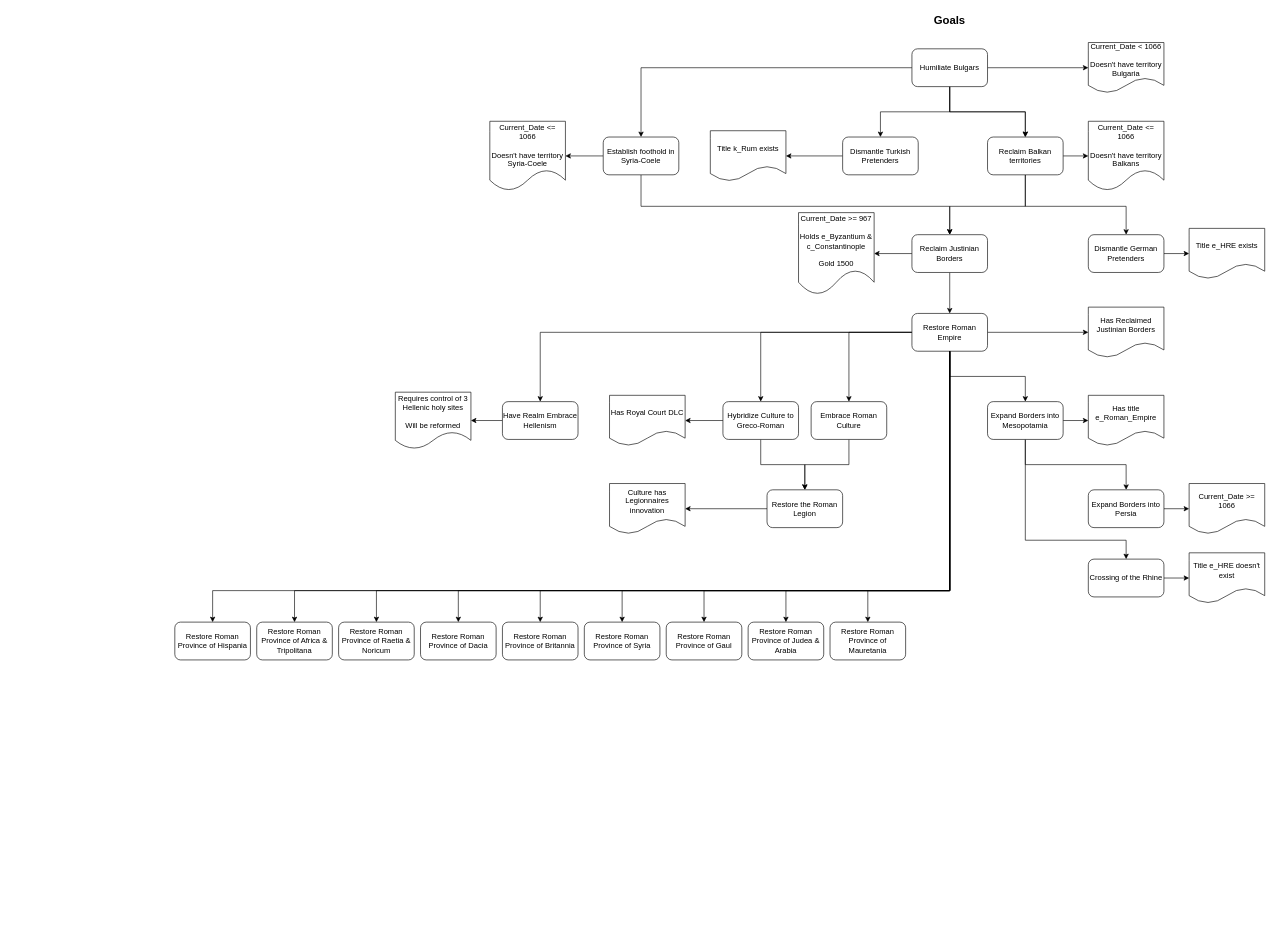
Before: page "Goals" (1 of 2) of Decisions.drawio in MarsRedRover/Better-Rhomaioi, a draw.io diagram. Source tidied: cells renumbered, new cells numbered last; positions are measured from the earlier drawing's top-left corner, leaving out a move shared by most shapes. Both pictures are drawn from the tidied source at 63%, with x=0, y=0 at pixel (175, 11).
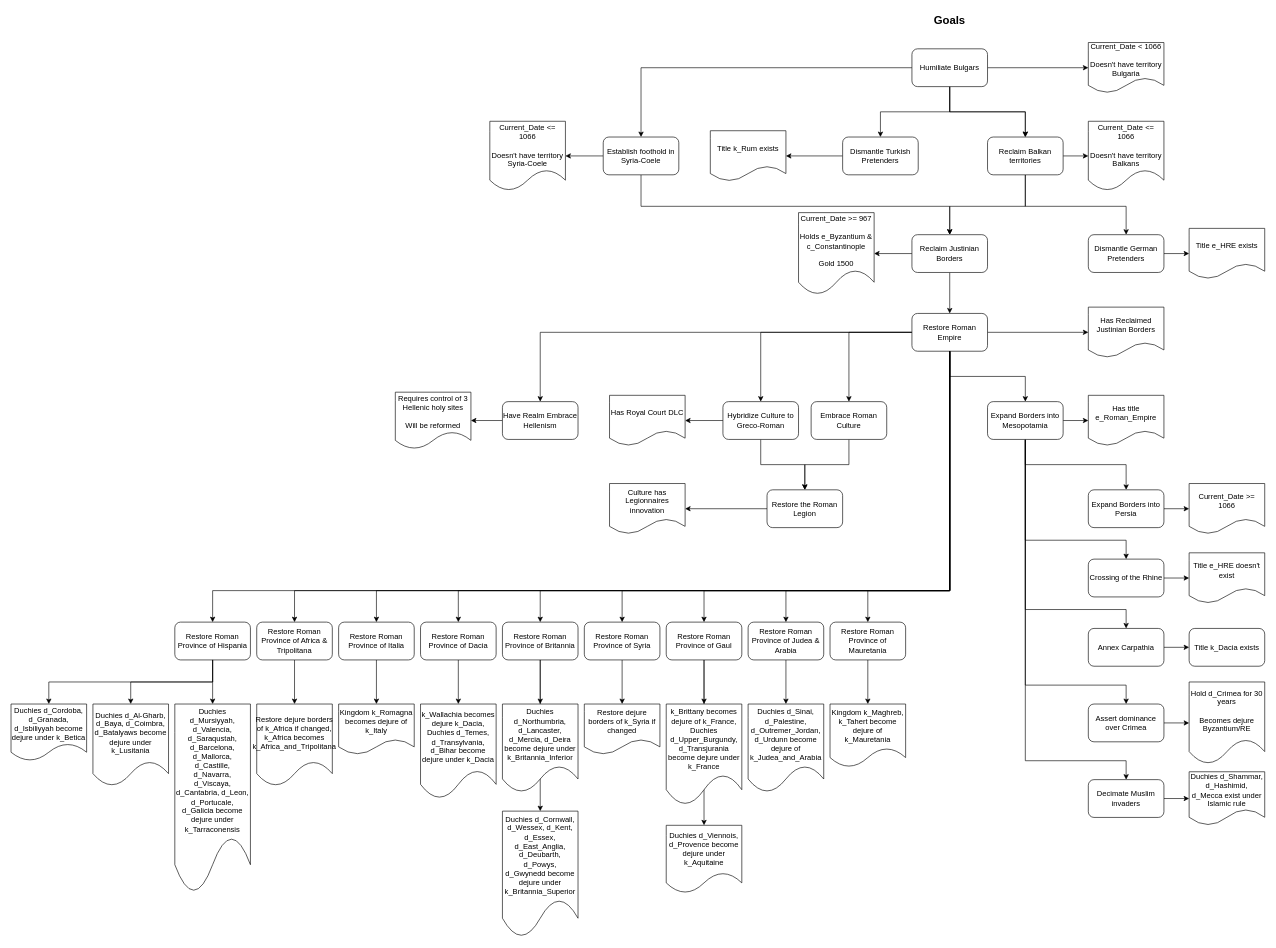
After the change.

The change refers to these unchanged cells:
```xml
<mxCell id="15" value="Restore Roman Empire" style="whiteSpace=wrap;html=1;rounded=1;" parent="1" vertex="1">
  <mxGeometry x="1170" y="480" width="120" height="60" as="geometry" />
</mxCell>
<mxCell id="37" value="Expand Borders into Mesopotamia" style="whiteSpace=wrap;html=1;rounded=1;" parent="1" vertex="1">
  <mxGeometry x="1290" y="620" width="120" height="60" as="geometry" />
</mxCell>
<mxCell id="61" value="Restore Roman Province of Hispania" style="rounded=1;whiteSpace=wrap;html=1;" parent="1" vertex="1">
  <mxGeometry y="970" width="120" height="60" as="geometry" />
</mxCell>
<mxCell id="62" value="Restore Roman Province of Gaul" style="rounded=1;whiteSpace=wrap;html=1;" parent="1" vertex="1">
  <mxGeometry x="780" y="970" width="120" height="60" as="geometry" />
</mxCell>
<mxCell id="63" value="Restore Roman Province of Britannia" style="rounded=1;whiteSpace=wrap;html=1;" parent="1" vertex="1">
  <mxGeometry x="520" y="970" width="120" height="60" as="geometry" />
</mxCell>
<mxCell id="64" value="Restore Roman Province of Mauretania" style="rounded=1;whiteSpace=wrap;html=1;" parent="1" vertex="1">
  <mxGeometry x="1040" y="970" width="120" height="60" as="geometry" />
</mxCell>
<mxCell id="65" value="Restore Roman Province of Africa &amp;amp; Tripolitana" style="rounded=1;whiteSpace=wrap;html=1;" parent="1" vertex="1">
  <mxGeometry x="130" y="970" width="120" height="60" as="geometry" />
</mxCell>
<mxCell id="66" value="Restore Roman Province of Syria" style="rounded=1;whiteSpace=wrap;html=1;" parent="1" vertex="1">
  <mxGeometry x="650" y="970" width="120" height="60" as="geometry" />
</mxCell>
<mxCell id="67" value="Restore Roman Province of Judea &amp;amp; Arabia" style="rounded=1;whiteSpace=wrap;html=1;" parent="1" vertex="1">
  <mxGeometry x="910" y="970" width="120" height="60" as="geometry" />
</mxCell>
<mxCell id="71" value="Restore Roman Province of Dacia" style="rounded=1;whiteSpace=wrap;html=1;" parent="1" vertex="1">
  <mxGeometry x="390" y="970" width="120" height="60" as="geometry" />
</mxCell>
```

Change to the diagram source:
```diff
@@
+    <mxCell id="77" style="edgeStyle=orthogonalEdgeStyle;rounded=0;jettySize=auto;html=1;entryX=0.5;entryY=0;entryDx=0;entryDy=0;" parent="1" edge="1" source="15" target="105">
+      <mxGeometry relative="1" as="geometry">
+        <Array as="points">
+          <mxPoint x="1230" y="920" />
+          <mxPoint x="320" y="920" />
+        </Array>
+      </mxGeometry>
+    </mxCell>
@@
+    <mxCell id="78" style="edgeStyle=orthogonalEdgeStyle;rounded=0;jettySize=auto;html=1;entryX=0.5;entryY=0;entryDx=0;entryDy=0;" parent="1" edge="1" source="37" target="108">
+      <mxGeometry relative="1" as="geometry">
+        <Array as="points">
+          <mxPoint x="1350" y="950" />
+          <mxPoint x="1510" y="950" />
+        </Array>
+      </mxGeometry>
+    </mxCell>
+    <mxCell id="79" style="edgeStyle=orthogonalEdgeStyle;rounded=0;jettySize=auto;html=1;entryX=0.5;entryY=0;entryDx=0;entryDy=0;" parent="1" edge="1" source="37" target="110">
+      <mxGeometry relative="1" as="geometry">
+        <Array as="points">
+          <mxPoint x="1350" y="1070" />
+          <mxPoint x="1510" y="1070" />
+        </Array>
+      </mxGeometry>
+    </mxCell>
+    <mxCell id="80" style="edgeStyle=orthogonalEdgeStyle;rounded=0;jettySize=auto;html=1;entryX=0.5;entryY=0;entryDx=0;entryDy=0;" parent="1" edge="1" source="37" target="114">
+      <mxGeometry relative="1" as="geometry">
+        <Array as="points">
+          <mxPoint x="1350" y="1190" />
+          <mxPoint x="1510" y="1190" />
+        </Array>
+      </mxGeometry>
+    </mxCell>
@@
+    <mxCell id="81" style="edgeStyle=orthogonalEdgeStyle;rounded=0;jettySize=auto;html=1;" parent="1" edge="1" source="61" target="100">
+      <mxGeometry relative="1" as="geometry" />
+    </mxCell>
@@
+    <mxCell id="82" style="edgeStyle=orthogonalEdgeStyle;rounded=0;jettySize=auto;html=1;" parent="1" edge="1" source="62" target="92">
+      <mxGeometry relative="1" as="geometry" />
+    </mxCell>
+    <mxCell id="83" style="edgeStyle=orthogonalEdgeStyle;rounded=0;jettySize=auto;html=1;entryX=0.5;entryY=0;entryDx=0;entryDy=0;" parent="1" edge="1" source="62" target="116">
+      <mxGeometry relative="1" as="geometry" />
+    </mxCell>
@@
+    <mxCell id="84" style="edgeStyle=orthogonalEdgeStyle;rounded=0;jettySize=auto;html=1;" parent="1" edge="1" source="63" target="95">
+      <mxGeometry relative="1" as="geometry" />
+    </mxCell>
@@
+    <mxCell id="85" style="edgeStyle=orthogonalEdgeStyle;rounded=0;jettySize=auto;html=1;" parent="1" edge="1" source="64" target="90">
+      <mxGeometry relative="1" as="geometry" />
+    </mxCell>
@@
+    <mxCell id="86" style="edgeStyle=orthogonalEdgeStyle;rounded=0;jettySize=auto;html=1;" parent="1" edge="1" source="65" target="97">
+      <mxGeometry relative="1" as="geometry" />
+    </mxCell>
@@
+    <mxCell id="87" style="edgeStyle=orthogonalEdgeStyle;rounded=0;jettySize=auto;html=1;" parent="1" edge="1" source="66" target="93">
+      <mxGeometry relative="1" as="geometry" />
+    </mxCell>
@@
+    <mxCell id="88" style="edgeStyle=orthogonalEdgeStyle;rounded=0;jettySize=auto;html=1;" parent="1" edge="1" source="67" target="91">
+      <mxGeometry relative="1" as="geometry" />
+    </mxCell>
@@
+    <mxCell id="89" style="edgeStyle=orthogonalEdgeStyle;rounded=0;jettySize=auto;html=1;" parent="1" edge="1" source="71" target="96">
+      <mxGeometry relative="1" as="geometry" />
+    </mxCell>
@@
-    <mxCell id="72" value="Restore Roman Province of Raetia &amp;amp; Noricum" style="rounded=1;whiteSpace=wrap;html=1;" parent="1" vertex="1">
-      <mxGeometry x="260" y="970" width="120" height="60" as="geometry" />
-    </mxCell>
@@
-    <mxCell id="75" style="edgeStyle=orthogonalEdgeStyle;rounded=0;jettySize=auto;html=1;entryX=0.5;entryY=0;entryDx=0;entryDy=0;exitX=0.5;exitY=1;exitDx=0;exitDy=0;" parent="1" edge="1" source="15" target="72">
-      <mxGeometry relative="1" as="geometry">
-        <Array as="points">
-          <mxPoint x="1230" y="920" />
-          <mxPoint x="320" y="920" />
-        </Array>
-      </mxGeometry>
-    </mxCell>
@@
+    <mxCell id="90" value="Kingdom k_Maghreb, k_Tahert become dejure of k_Mauretania" style="shape=document;whiteSpace=wrap;html=1;boundedLbl=1;rounded=1;" parent="1" vertex="1">
+      <mxGeometry x="1040" y="1100" width="120" height="100" as="geometry" />
+    </mxCell>
+    <mxCell id="91" value="Duchies d_Sinai, d_Palestine, d_Outremer_Jordan, d_Urdunn become dejure of k_Judea_and_Arabia" style="shape=document;whiteSpace=wrap;html=1;boundedLbl=1;rounded=1;" parent="1" vertex="1">
+      <mxGeometry x="910" y="1100" width="120" height="140" as="geometry" />
+    </mxCell>
+    <mxCell id="92" value="k_Brittany becomes dejure of k_France, Duchies d_Upper_Burgundy, d_Transjurania become dejure under k_France" style="shape=document;whiteSpace=wrap;html=1;boundedLbl=1;rounded=1;" parent="1" vertex="1">
+      <mxGeometry x="780" y="1100" width="120" height="160" as="geometry" />
+    </mxCell>
+    <mxCell id="93" value="Restore dejure borders of k_Syria if changed" style="shape=document;whiteSpace=wrap;html=1;boundedLbl=1;rounded=1;" parent="1" vertex="1">
+      <mxGeometry x="650" y="1100" width="120" height="80" as="geometry" />
+    </mxCell>
+    <mxCell id="94" style="edgeStyle=orthogonalEdgeStyle;rounded=0;jettySize=auto;html=1;exitX=0.5;exitY=1;exitDx=0;exitDy=0;" parent="1" edge="1" source="63" target="101">
+      <mxGeometry relative="1" as="geometry" />
+    </mxCell>
+    <mxCell id="95" value="Duchies d_Northumbria, d_Lancaster, d_Mercia, d_Deira become dejure under k_Britannia_Inferior" style="shape=document;whiteSpace=wrap;html=1;boundedLbl=1;rounded=1;" parent="1" vertex="1">
+      <mxGeometry x="520" y="1100" width="120" height="140" as="geometry" />
+    </mxCell>
+    <mxCell id="96" value="k_Wallachia becomes dejure k_Dacia, Duchies d_Temes, d_Transylvania, d_Bihar become dejure under k_Dacia" style="shape=document;whiteSpace=wrap;html=1;boundedLbl=1;rounded=1;" parent="1" vertex="1">
+      <mxGeometry x="390" y="1100" width="120" height="150" as="geometry" />
+    </mxCell>
+    <mxCell id="97" value="Restore dejure borders of k_Africa if changed, k_Africa becomes k_Africa_and_Tripolitana" style="shape=document;whiteSpace=wrap;html=1;boundedLbl=1;rounded=1;" parent="1" vertex="1">
+      <mxGeometry x="130" y="1100" width="120" height="130" as="geometry" />
+    </mxCell>
+    <mxCell id="98" style="edgeStyle=orthogonalEdgeStyle;rounded=0;jettySize=auto;html=1;exitX=0.5;exitY=1;exitDx=0;exitDy=0;" parent="1" edge="1" source="61" target="102">
+      <mxGeometry relative="1" as="geometry" />
+    </mxCell>
+    <mxCell id="99" style="edgeStyle=orthogonalEdgeStyle;rounded=0;jettySize=auto;html=1;exitX=0.5;exitY=1;exitDx=0;exitDy=0;" parent="1" edge="1" source="61" target="103">
+      <mxGeometry relative="1" as="geometry" />
+    </mxCell>
+    <mxCell id="100" value="Duchies d_Mursiyyah, d_Valencia, d_Saraqustah, d_Barcelona, d_Mallorca, d_Castille, d_Navarra, d_Viscaya, d_Cantabria, d_Leon, d_Portucale, d_Galicia become dejure under k_Tarraconensis" style="shape=document;whiteSpace=wrap;html=1;boundedLbl=1;rounded=1;" parent="1" vertex="1">
+      <mxGeometry y="1100" width="120" height="300" as="geometry" />
+    </mxCell>
+    <mxCell id="101" value="Duchies d_Cornwall, d_Wessex, d_Kent, d_Essex, d_East_Anglia, d_Deubarth, d_Powys, d_Gwynedd become dejure under k_Britannia_Superior" style="shape=document;whiteSpace=wrap;html=1;boundedLbl=1;rounded=1;" parent="1" vertex="1">
+      <mxGeometry x="520" y="1270" width="120" height="200" as="geometry" />
+    </mxCell>
+    <mxCell id="102" value="Duchies d_Cordoba, d_Granada, d_Isbiliyyah become dejure under k_Betica" style="shape=document;whiteSpace=wrap;html=1;boundedLbl=1;rounded=1;" parent="1" vertex="1">
+      <mxGeometry x="-260" y="1100" width="120" height="90" as="geometry" />
+    </mxCell>
+    <mxCell id="103" value="Duchies d_Al-Gharb, d_Baya, d_Coimbra, d_Batalyaws become dejure under k_Lusitania" style="shape=document;whiteSpace=wrap;html=1;boundedLbl=1;rounded=1;" parent="1" vertex="1">
+      <mxGeometry x="-130" y="1100" width="120" height="130" as="geometry" />
+    </mxCell>
+    <mxCell id="104" style="edgeStyle=orthogonalEdgeStyle;rounded=0;jettySize=auto;html=1;" parent="1" edge="1" source="105" target="106">
+      <mxGeometry relative="1" as="geometry" />
+    </mxCell>
+    <mxCell id="105" value="Restore Roman Province of Italia" style="rounded=1;whiteSpace=wrap;html=1;" parent="1" vertex="1">
+      <mxGeometry x="260" y="970" width="120" height="60" as="geometry" />
+    </mxCell>
+    <mxCell id="106" value="Kingdom k_Romagna becomes dejure of k_Italy" style="shape=document;whiteSpace=wrap;html=1;boundedLbl=1;rounded=1;" parent="1" vertex="1">
+      <mxGeometry x="260" y="1100" width="120" height="80" as="geometry" />
+    </mxCell>
+    <mxCell id="107" style="edgeStyle=orthogonalEdgeStyle;rounded=0;jettySize=auto;html=1;" parent="1" edge="1" source="108" target="112">
+      <mxGeometry relative="1" as="geometry" />
+    </mxCell>
+    <mxCell id="108" value="Annex Carpathia" style="rounded=1;whiteSpace=wrap;html=1;" parent="1" vertex="1">
+      <mxGeometry x="1450" y="980" width="120" height="60" as="geometry" />
+    </mxCell>
+    <mxCell id="109" style="edgeStyle=orthogonalEdgeStyle;rounded=0;jettySize=auto;html=1;" parent="1" edge="1" source="110" target="111">
+      <mxGeometry relative="1" as="geometry" />
+    </mxCell>
+    <mxCell id="110" value="Assert dominance over Crimea" style="rounded=1;whiteSpace=wrap;html=1;" parent="1" vertex="1">
+      <mxGeometry x="1450" y="1100" width="120" height="60" as="geometry" />
+    </mxCell>
+    <mxCell id="111" value="Hold d_Crimea for 30 years&lt;br&gt;&lt;br&gt;Becomes dejure Byzantium/RE" style="shape=document;whiteSpace=wrap;html=1;boundedLbl=1;rounded=1;" parent="1" vertex="1">
+      <mxGeometry x="1610" y="1065" width="120" height="130" as="geometry" />
+    </mxCell>
+    <mxCell id="112" value="Title k_Dacia exists" style="whiteSpace=wrap;html=1;rounded=1;" parent="1" vertex="1">
+      <mxGeometry x="1610" y="980" width="120" height="60" as="geometry" />
+    </mxCell>
+    <mxCell id="113" style="edgeStyle=orthogonalEdgeStyle;rounded=0;jettySize=auto;html=1;" parent="1" edge="1" source="114" target="115">
+      <mxGeometry relative="1" as="geometry" />
+    </mxCell>
+    <mxCell id="114" value="Decimate Muslim invaders" style="rounded=1;whiteSpace=wrap;html=1;" parent="1" vertex="1">
+      <mxGeometry x="1450" y="1220" width="120" height="60" as="geometry" />
+    </mxCell>
+    <mxCell id="115" value="Duchies d_Shammar, d_Hashimid, d_Mecca exist under Islamic rule" style="shape=document;whiteSpace=wrap;html=1;boundedLbl=1;rounded=1;" parent="1" vertex="1">
+      <mxGeometry x="1610" y="1207.5" width="120" height="85" as="geometry" />
+    </mxCell>
+    <mxCell id="116" value="Duchies d_Viennois, d_Provence become dejure under k_Aquitaine" style="shape=document;whiteSpace=wrap;html=1;boundedLbl=1;" parent="1" vertex="1">
+      <mxGeometry x="780" y="1292.5" width="120" height="107.5" as="geometry" />
+    </mxCell>
```
